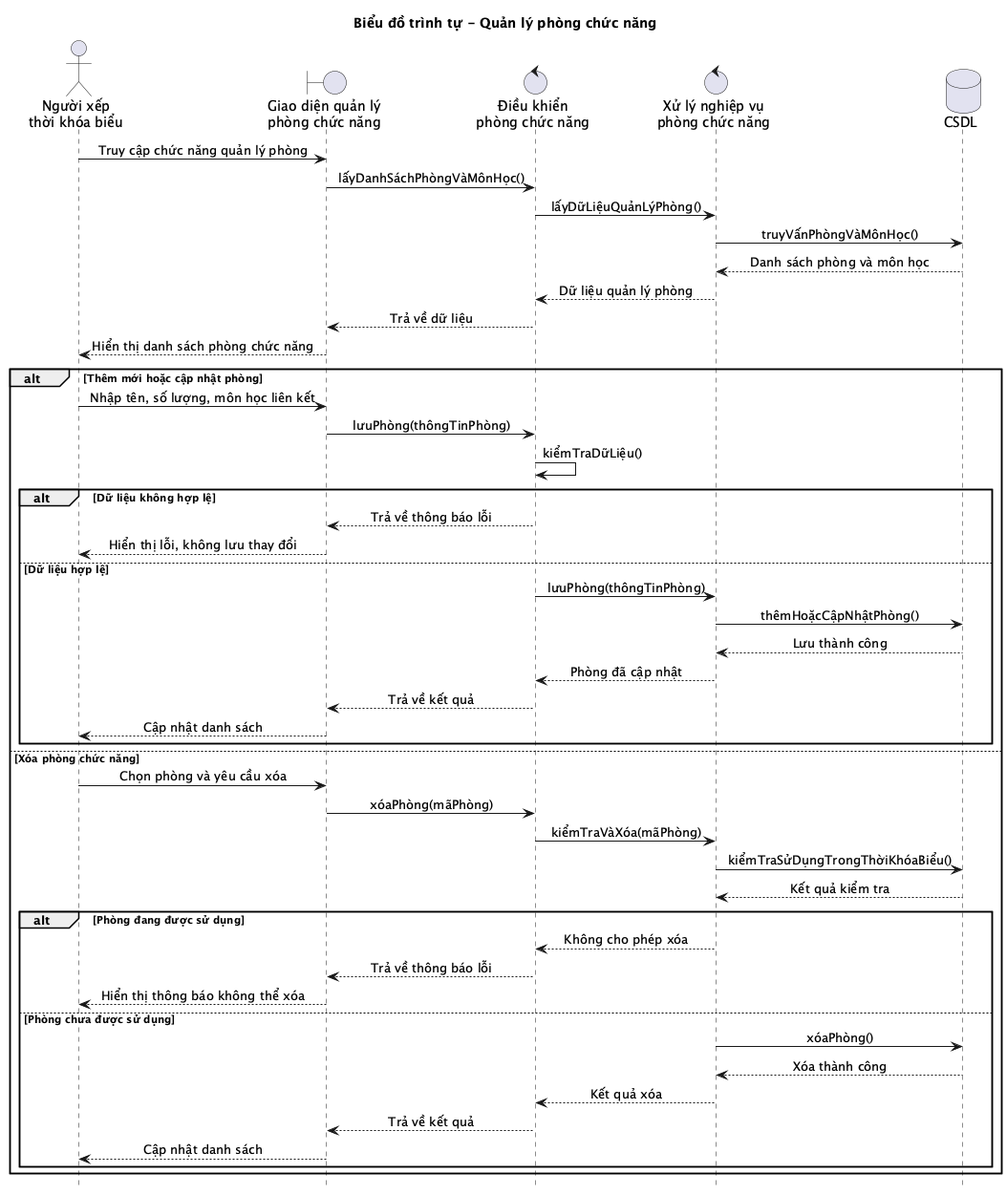
Earlier version of the PlantUML export report/Hinhve/SequenceDiagram/sequence_quan_ly_phong_chuc_nang.png (ntth2000/edu-scheduling). Source of this version:
```plantuml
@startuml
title Biểu đồ trình tự - Quản lý phòng chức năng
hide footbox
skinparam sequenceMessageAlign center
skinparam responseMessageBelowArrow true

actor "Người xếp\nthời khóa biểu" as User
boundary "Giao diện quản lý\nphòng chức năng" as UI
control "Điều khiển\nphòng chức năng" as Controller
control "Xử lý nghiệp vụ\nphòng chức năng" as Service
database "CSDL" as DB

User -> UI: Truy cập chức năng quản lý phòng
UI -> Controller: lấyDanhSáchPhòngVàMônHọc()
Controller -> Service: lấyDữLiệuQuảnLýPhòng()
Service -> DB: truyVấnPhòngVàMônHọc()
DB --> Service: Danh sách phòng và môn học
Service --> Controller: Dữ liệu quản lý phòng
Controller --> UI: Trả về dữ liệu
UI --> User: Hiển thị danh sách phòng chức năng

alt Thêm mới hoặc cập nhật phòng
    User -> UI: Nhập tên, số lượng, môn học liên kết
    UI -> Controller: lưuPhòng(thôngTinPhòng)
    Controller -> Controller: kiểmTraDữLiệu()
    alt Dữ liệu không hợp lệ
        Controller --> UI: Trả về thông báo lỗi
        UI --> User: Hiển thị lỗi, không lưu thay đổi
    else Dữ liệu hợp lệ
        Controller -> Service: lưuPhòng(thôngTinPhòng)
        Service -> DB: thêmHoặcCậpNhậtPhòng()
        DB --> Service: Lưu thành công
        Service --> Controller: Phòng đã cập nhật
        Controller --> UI: Trả về kết quả
        UI --> User: Cập nhật danh sách
    end
else Xóa phòng chức năng
    User -> UI: Chọn phòng và yêu cầu xóa
    UI -> Controller: xóaPhòng(mãPhòng)
    Controller -> Service: kiểmTraVàXóa(mãPhòng)
    Service -> DB: kiểmTraSửDụngTrongThờiKhóaBiểu()
    DB --> Service: Kết quả kiểm tra
    alt Phòng đang được sử dụng
        Service --> Controller: Không cho phép xóa
        Controller --> UI: Trả về thông báo lỗi
        UI --> User: Hiển thị thông báo không thể xóa
    else Phòng chưa được sử dụng
        Service -> DB: xóaPhòng()
        DB --> Service: Xóa thành công
        Service --> Controller: Kết quả xóa
        Controller --> UI: Trả về kết quả
        UI --> User: Cập nhật danh sách
    end
end
@enduml
```
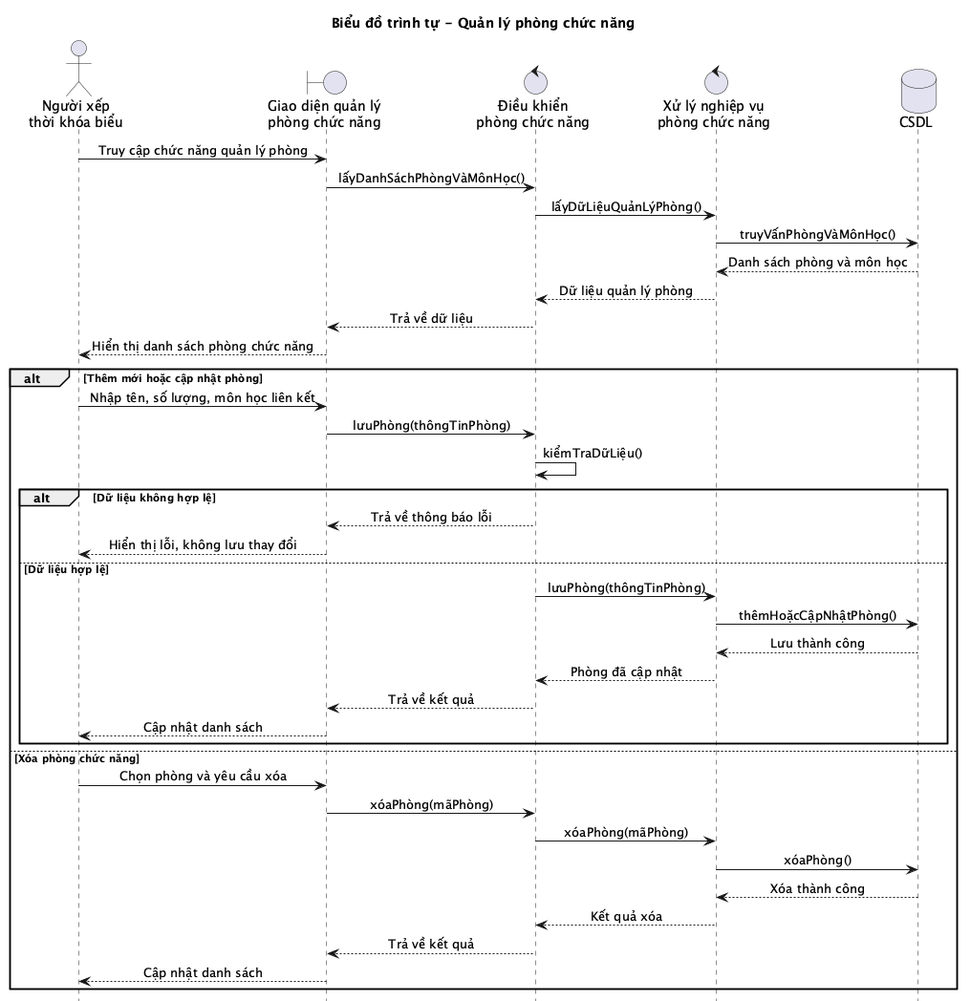
Above is the later version.

The edit, as a diff of the source:
```diff
@@ -37,19 +37,11 @@
 else Xóa phòng chức năng
     User -> UI: Chọn phòng và yêu cầu xóa
     UI -> Controller: xóaPhòng(mãPhòng)
-    Controller -> Service: kiểmTraVàXóa(mãPhòng)
-    Service -> DB: kiểmTraSửDụngTrongThờiKhóaBiểu()
-    DB --> Service: Kết quả kiểm tra
-    alt Phòng đang được sử dụng
-        Service --> Controller: Không cho phép xóa
-        Controller --> UI: Trả về thông báo lỗi
-        UI --> User: Hiển thị thông báo không thể xóa
-    else Phòng chưa được sử dụng
-        Service -> DB: xóaPhòng()
-        DB --> Service: Xóa thành công
-        Service --> Controller: Kết quả xóa
-        Controller --> UI: Trả về kết quả
-        UI --> User: Cập nhật danh sách
-    end
+    Controller -> Service: xóaPhòng(mãPhòng)
+    Service -> DB: xóaPhòng()
+    DB --> Service: Xóa thành công
+    Service --> Controller: Kết quả xóa
+    Controller --> UI: Trả về kết quả
+    UI --> User: Cập nhật danh sách
 end
 @enduml
```
